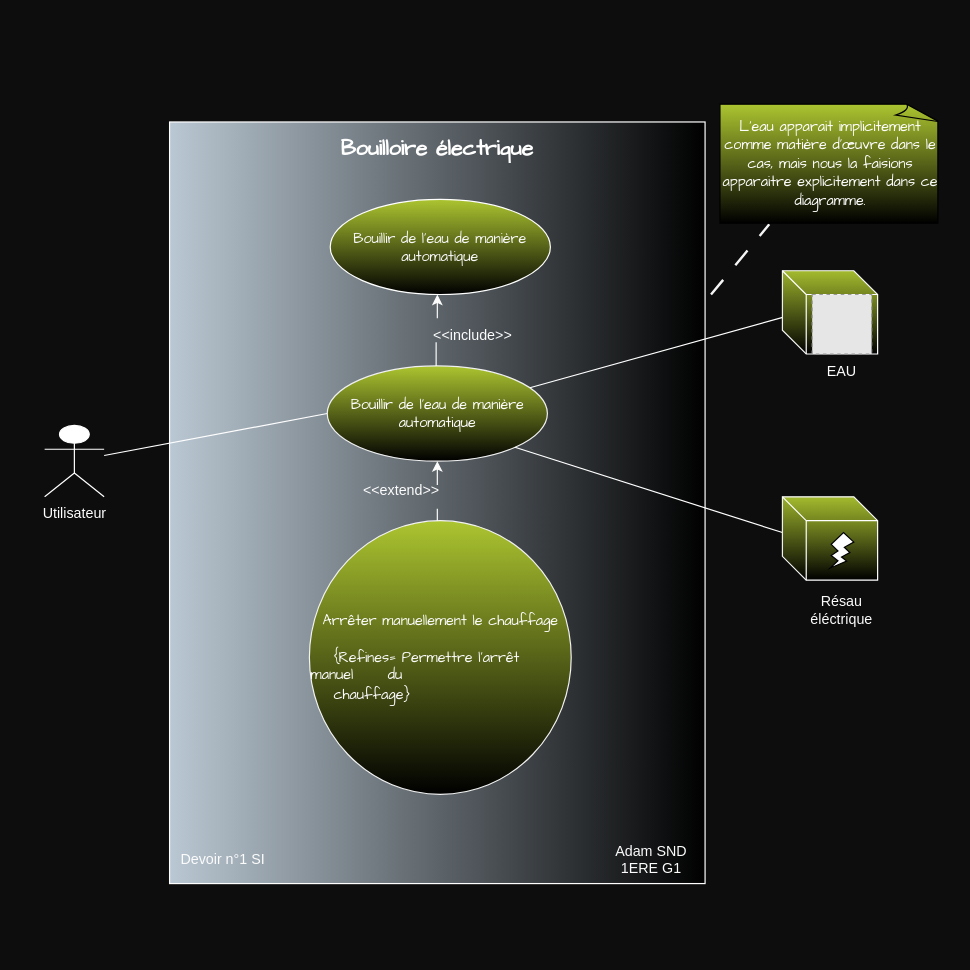
The draw.io diagram Diagramme sans nom.drawio in admsnd/Classeur_SI-, before the edit. Source tidied: cells renumbered, new cells numbered last; positions are measured from the earlier drawing's top-left corner, leaving out a move shared by most shapes. Both pictures are drawn from the tidied source at 119%, with x=0, y=0 at pixel (44, 104). Pictures stored in the file or linked from it are replaced by grey dashed boxes.
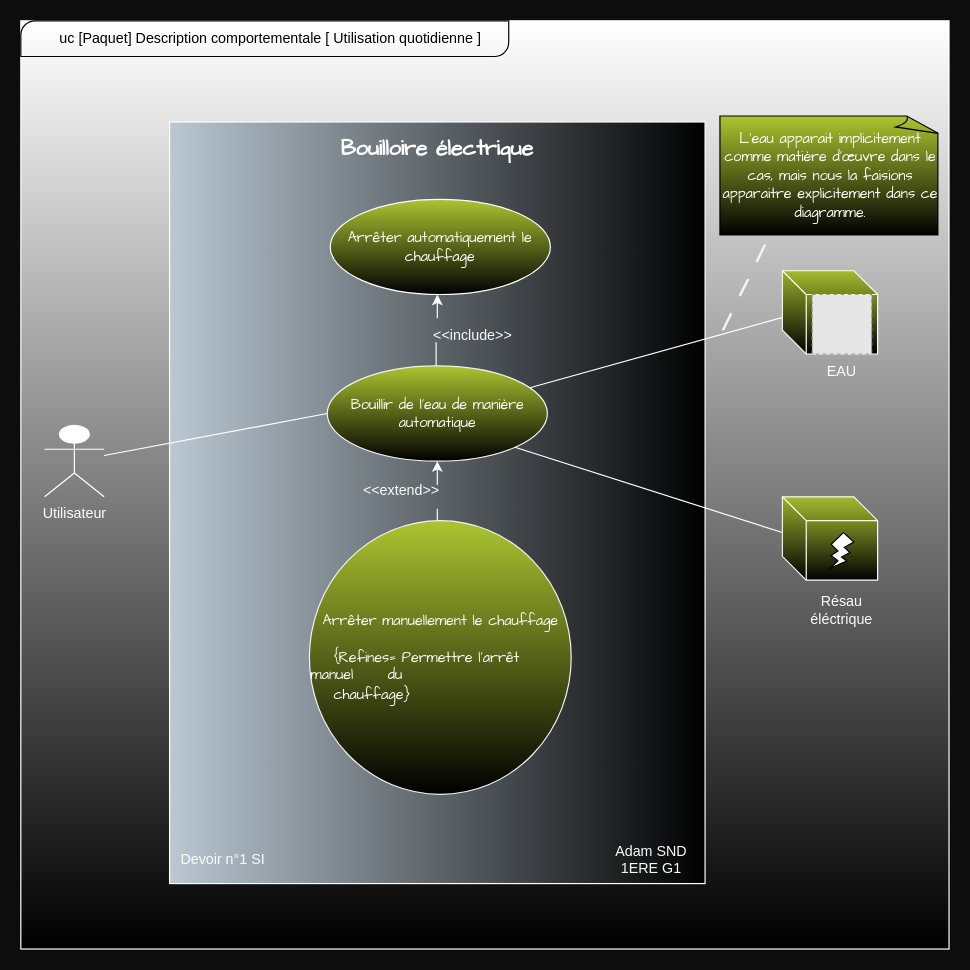
The same diagram, later.

Commit message:
Mettre à jour Diagramme sans nom.drawio

Change to the diagram source:
```diff
@@
+    <mxCell id="27" style="whiteSpace=wrap;html=1;fillColor=#FFFFFF;strokeColor=#FFFFFF;gradientColor=default;" parent="1" vertex="1">
+      <mxGeometry x="-20" y="-70" width="780" height="780" as="geometry" />
+    </mxCell>
@@
-    <mxCell id="15" value="&lt;font color=&quot;#fafafa&quot; face=&quot;Comic Sans MS&quot;&gt;&lt;br&gt;&lt;span style=&quot;font-size: 12px; font-style: normal; font-variant-ligatures: normal; font-variant-caps: normal; font-weight: 400; letter-spacing: normal; orphans: 2; text-align: left; text-indent: 0px; text-transform: none; widows: 2; word-spacing: 0px; -webkit-text-stroke-width: 0px; white-space: normal; text-decoration-thickness: initial; text-decoration-style: initial; text-decoration-color: initial; float: none; display: inline !important;&quot;&gt;Bouillir de l'eau de manière automatique&lt;/span&gt;&lt;/font&gt;&lt;div&gt;&lt;br&gt;&lt;/div&gt;" style="ellipse;whiteSpace=wrap;html=1;gradientColor=default;fillColor=#ACC530;strokeColor=#FFFFFF;" parent="1" vertex="1">
+    <mxCell id="15" value="&lt;div&gt;&lt;font color=&quot;#ffffff&quot; face=&quot;Comic Sans MS&quot;&gt;Arrêter automatiquement le chauffage&lt;/font&gt;&lt;/div&gt;" style="ellipse;whiteSpace=wrap;html=1;gradientColor=default;fillColor=#ACC530;strokeColor=#FFFFFF;" parent="1" vertex="1">
       <mxGeometry x="240" y="80" width="185" height="80" as="geometry" />
     </mxCell>
@@
     <mxCell id="25" style="endArrow=none;dashed=1;html=1;dashPattern=8 8;strokeWidth=2;rounded=0;strokeColor=#F5F5F5;entryX=0.224;entryY=1.01;entryDx=0;entryDy=0;entryPerimeter=0;" parent="1" edge="1" target="26">
       <mxGeometry relative="1" as="geometry">
-        <mxPoint x="560" y="160" as="sourcePoint" />
+        <mxPoint x="570" y="190" as="sourcePoint" />
       </mxGeometry>
     </mxCell>
     <mxCell id="26" value="&lt;font face=&quot;Comic Sans MS&quot; color=&quot;#ffffff&quot;&gt;L'eau apparait implicitement comme matière d'œuvre dans le cas, mais nous la faisions apparaitre explicitement dans ce diagramme.&lt;/font&gt;" style="whiteSpace=wrap;html=1;shape=mxgraph.basic.document;fillColor=#ACC530;gradientColor=default;" parent="1" vertex="1">
-      <mxGeometry x="567.5" width="185" height="100" as="geometry" />
+      <mxGeometry x="567.5" y="10" width="185" height="100" as="geometry" />
     </mxCell>
+    <mxCell id="28" style="verticalLabelPosition=bottom;verticalAlign=top;html=1;shape=mxgraph.basic.diag_round_rect;dx=6;whiteSpace=wrap;fillColor=none;" parent="1" vertex="1">
+      <mxGeometry x="-20" y="-70" width="410" height="30" as="geometry" />
+    </mxCell>
+    <mxCell id="29" value="uc [Paquet] Description comportementale [ Utilisation quotidienne ]" style="text;html=1;align=center;verticalAlign=middle;whiteSpace=wrap;rounded=0;" parent="1" vertex="1">
+      <mxGeometry x="-10" y="-70" width="400" height="30" as="geometry" />
+    </mxCell>
```
